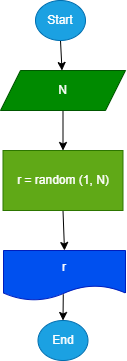
Above: practice_temp/tasks.drawio.png in Morfishka/Practicum (draw.io), before the change. Source tidied: cells renumbered, new cells last; positions are measured from the earlier drawing's top-left corner, leaving out a move shared by most shapes. The source it was exported from:
```xml
<mxGraphModel>
  <root>
    <mxCell id="0" />
    <mxCell id="1" parent="0" />
    <mxCell id="2" style="edgeStyle=none;html=1;exitX=0.5;exitY=1;exitDx=0;exitDy=0;" parent="1" edge="1" source="3" target="5">
      <mxGeometry relative="1" as="geometry" />
    </mxCell>
    <mxCell id="3" value="Start" style="ellipse;whiteSpace=wrap;html=1;fillColor=#1ba1e2;fontColor=#ffffff;strokeColor=#006EAF;" parent="1" vertex="1">
      <mxGeometry x="35" width="50" height="40" as="geometry" />
    </mxCell>
    <mxCell id="4" style="edgeStyle=none;html=1;" parent="1" edge="1" source="5" target="7">
      <mxGeometry relative="1" as="geometry" />
    </mxCell>
    <mxCell id="5" value="N" style="shape=parallelogram;perimeter=parallelogramPerimeter;whiteSpace=wrap;html=1;fixedSize=1;fillColor=#008a00;fontColor=#ffffff;strokeColor=#005700;" parent="1" vertex="1">
      <mxGeometry y="70" width="125" height="40" as="geometry" />
    </mxCell>
    <mxCell id="6" style="edgeStyle=none;html=1;exitX=0.5;exitY=1;exitDx=0;exitDy=0;entryX=0.5;entryY=0;entryDx=0;entryDy=0;" parent="1" edge="1" source="7" target="8">
      <mxGeometry relative="1" as="geometry" />
    </mxCell>
    <mxCell id="7" value="r = random (1, N)" style="whiteSpace=wrap;html=1;fillColor=#60a917;fontColor=#ffffff;strokeColor=#2D7600;" parent="1" vertex="1">
      <mxGeometry x="2.5" y="150" width="120" height="60" as="geometry" />
    </mxCell>
    <mxCell id="8" value="r" style="shape=document;whiteSpace=wrap;html=1;boundedLbl=1;fillColor=#0050ef;fontColor=#ffffff;strokeColor=#001DBC;" parent="1" vertex="1">
      <mxGeometry x="3" y="250" width="122" height="50" as="geometry" />
    </mxCell>
    <mxCell id="9" value="End" style="ellipse;whiteSpace=wrap;html=1;fillColor=#1ba1e2;fontColor=#ffffff;strokeColor=#006EAF;" parent="1" vertex="1">
      <mxGeometry x="37.5" y="320" width="50" height="40" as="geometry" />
    </mxCell>
    <mxCell id="10" style="endArrow=classic;html=1;exitX=0.49;exitY=0.875;exitDx=0;exitDy=0;exitPerimeter=0;entryX=0.5;entryY=0;entryDx=0;entryDy=0;" parent="1" edge="1" source="8" target="9">
      <mxGeometry relative="1" as="geometry" />
    </mxCell>
  </root>
</mxGraphModel>
```
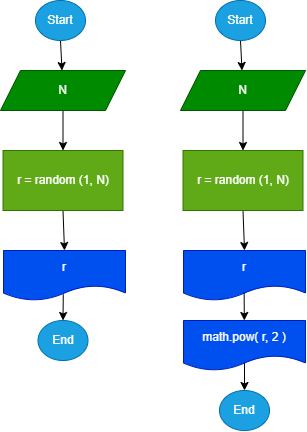
The same diagram one commit later.

What changed in the source:
```diff
@@ -29,5 +29,40 @@
     <mxCell id="10" style="endArrow=classic;html=1;exitX=0.49;exitY=0.875;exitDx=0;exitDy=0;exitPerimeter=0;entryX=0.5;entryY=0;entryDx=0;entryDy=0;" parent="1" edge="1" source="8" target="9">
       <mxGeometry relative="1" as="geometry" />
     </mxCell>
+    <mxCell id="11" style="edgeStyle=none;html=1;exitX=0.5;exitY=1;exitDx=0;exitDy=0;" parent="1" edge="1" source="12" target="14">
+      <mxGeometry relative="1" as="geometry" />
+    </mxCell>
+    <mxCell id="12" value="Start" style="ellipse;whiteSpace=wrap;html=1;fillColor=#1ba1e2;fontColor=#ffffff;strokeColor=#006EAF;" parent="1" vertex="1">
+      <mxGeometry x="215" width="50" height="40" as="geometry" />
+    </mxCell>
+    <mxCell id="13" style="edgeStyle=none;html=1;" parent="1" edge="1" source="14" target="16">
+      <mxGeometry relative="1" as="geometry" />
+    </mxCell>
+    <mxCell id="14" value="N" style="shape=parallelogram;perimeter=parallelogramPerimeter;whiteSpace=wrap;html=1;fixedSize=1;fillColor=#008a00;fontColor=#ffffff;strokeColor=#005700;" parent="1" vertex="1">
+      <mxGeometry x="180" y="70" width="125" height="40" as="geometry" />
+    </mxCell>
+    <mxCell id="15" style="edgeStyle=none;html=1;exitX=0.5;exitY=1;exitDx=0;exitDy=0;entryX=0.5;entryY=0;entryDx=0;entryDy=0;" parent="1" edge="1" source="16" target="17">
+      <mxGeometry relative="1" as="geometry" />
+    </mxCell>
+    <mxCell id="16" value="r = random (1, N)" style="whiteSpace=wrap;html=1;fillColor=#60a917;fontColor=#ffffff;strokeColor=#2D7600;" parent="1" vertex="1">
+      <mxGeometry x="182.5" y="150" width="120" height="60" as="geometry" />
+    </mxCell>
+    <mxCell id="17" value="r" style="shape=document;whiteSpace=wrap;html=1;boundedLbl=1;fillColor=#0050ef;fontColor=#ffffff;strokeColor=#001DBC;" parent="1" vertex="1">
+      <mxGeometry x="183" y="250" width="122" height="50" as="geometry" />
+    </mxCell>
+    <mxCell id="18" value="End" style="ellipse;whiteSpace=wrap;html=1;fillColor=#1ba1e2;fontColor=#ffffff;strokeColor=#006EAF;" parent="1" vertex="1">
+      <mxGeometry x="219" y="390" width="50" height="40" as="geometry" />
+    </mxCell>
+    <mxCell id="19" style="endArrow=classic;html=1;entryX=0.5;entryY=0;entryDx=0;entryDy=0;" parent="1" edge="1" target="18">
+      <mxGeometry relative="1" as="geometry">
+        <mxPoint x="244" y="360" as="sourcePoint" />
+      </mxGeometry>
+    </mxCell>
+    <mxCell id="20" value="math.pow( r, 2 )" style="shape=document;whiteSpace=wrap;html=1;boundedLbl=1;fillColor=#0050ef;fontColor=#ffffff;strokeColor=#001DBC;" parent="1" vertex="1">
+      <mxGeometry x="183" y="320" width="122" height="50" as="geometry" />
+    </mxCell>
+    <mxCell id="21" style="endArrow=classic;html=1;exitX=0.497;exitY=0.845;exitDx=0;exitDy=0;exitPerimeter=0;" parent="1" edge="1" source="17" target="20">
+      <mxGeometry relative="1" as="geometry" />
+    </mxCell>
   </root>
 </mxGraphModel>
```
